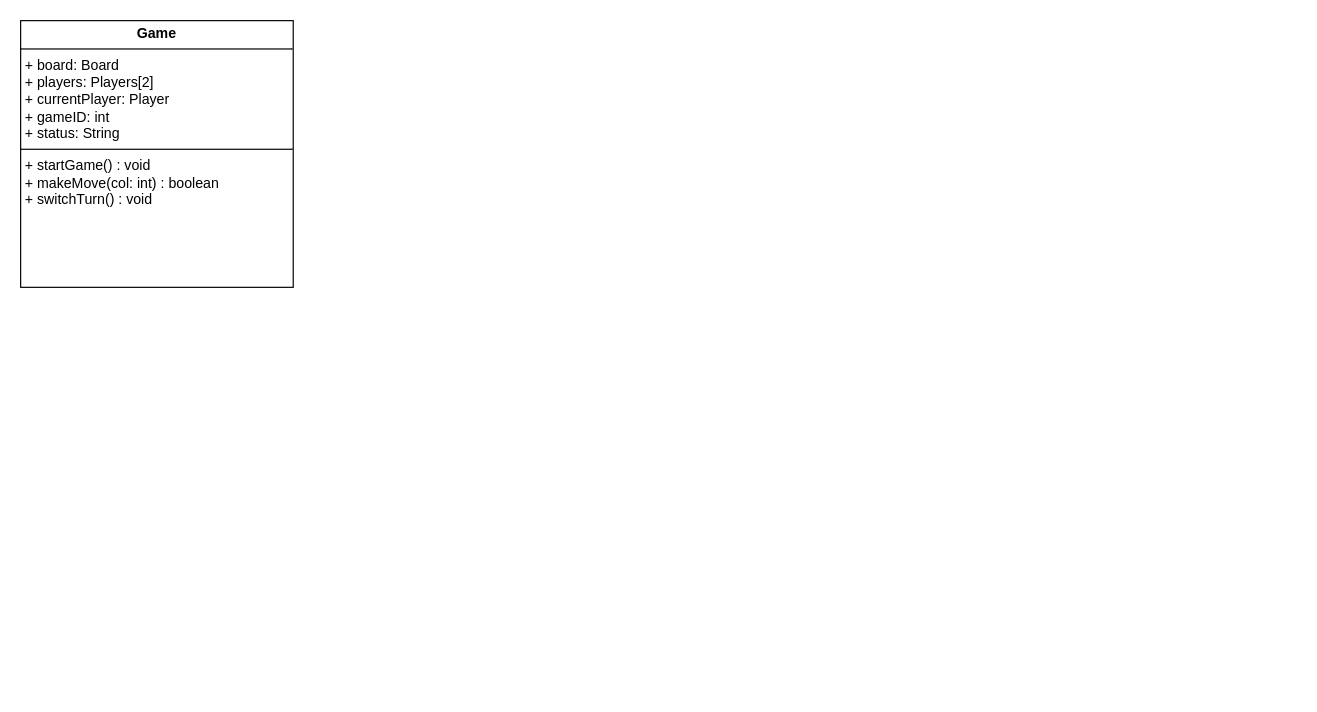
Earlier version of the draw.io diagram connect4_class_diagram.drawio (farshadislam/Socketed-Multigame-GUI). Source tidied: cells renumbered, new cells numbered last; positions are measured from the earlier drawing's top-left corner, leaving out a move shared by most shapes. Both pictures are drawn from the tidied source at 118%, with x=0, y=0 at pixel (20, 20).
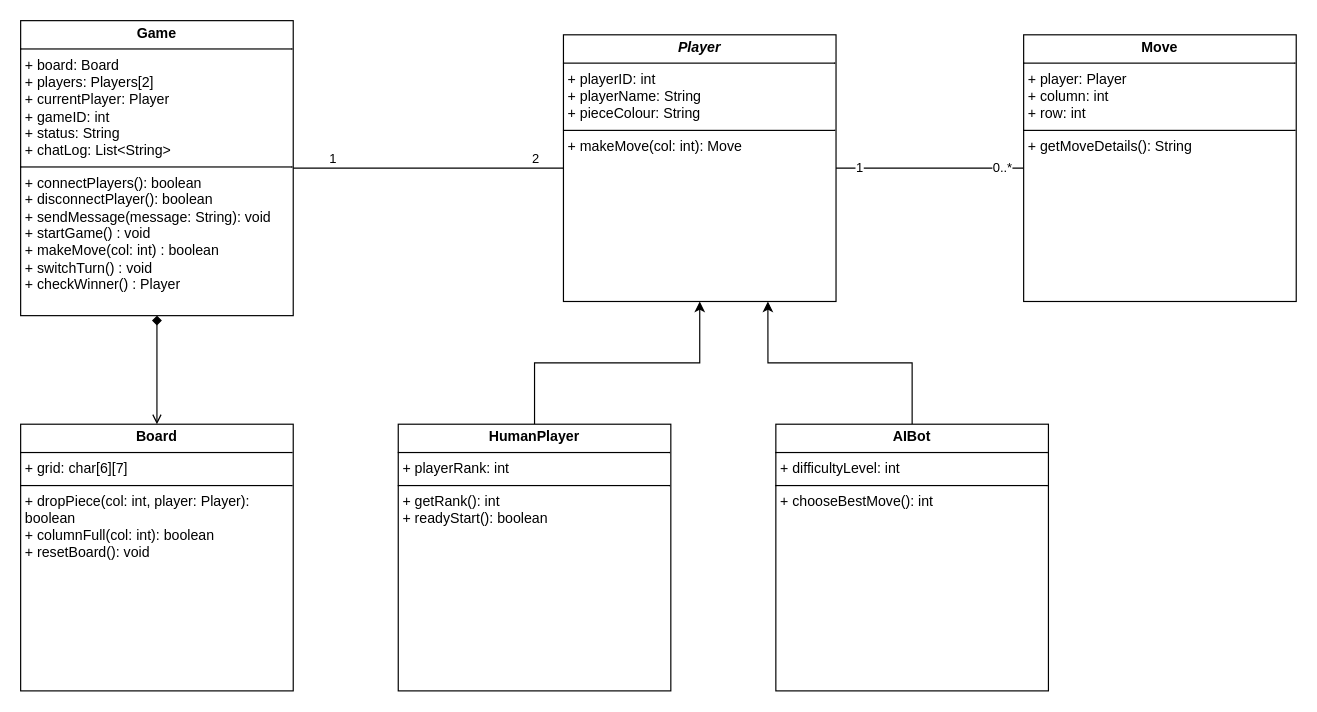
The same page after the edit.

Commit message:
Completed class diagram for connect four

Change to the diagram source:
```diff
@@
 <mxGraphModel>
   <root>
     <mxCell id="0" />
     <mxCell id="1" parent="0" />
+    <mxCell id="3" style="edgeStyle=orthogonalEdgeStyle;rounded=0;jettySize=auto;html=1;endArrow=open;endFill=0;startArrow=diamond;startFill=1;" parent="1" edge="1" source="2" target="8">
+      <mxGeometry relative="1" as="geometry" />
+    </mxCell>
-    <mxCell id="2" value="&lt;p style=&quot;margin:0px;margin-top:4px;text-align:center;&quot;&gt;&lt;b&gt;Game&lt;/b&gt;&lt;/p&gt;&lt;hr size=&quot;1&quot; style=&quot;border-style:solid;&quot;&gt;&lt;p style=&quot;margin:0px;margin-left:4px;&quot;&gt;&lt;span style=&quot;background-color: transparent; color: light-dark(rgb(0, 0, 0), rgb(255, 255, 255));&quot;&gt;+ board: Board&lt;/span&gt;&lt;/p&gt;&lt;p style=&quot;margin:0px;margin-left:4px;&quot;&gt;+ players: Players[2]&lt;/p&gt;&lt;p style=&quot;margin:0px;margin-left:4px;&quot;&gt;+ currentPlayer: Player&lt;br&gt;+ gameID: int&lt;br&gt;+ status: String&lt;/p&gt;&lt;hr size=&quot;1&quot; style=&quot;border-style:solid;&quot;&gt;&lt;p style=&quot;margin:0px;margin-left:4px;&quot;&gt;&lt;span style=&quot;background-color: transparent; color: light-dark(rgb(0, 0, 0), rgb(255, 255, 255));&quot;&gt;+ startGame() : void&lt;/span&gt;&lt;/p&gt;&lt;p style=&quot;margin:0px;margin-left:4px;&quot;&gt;&lt;span style=&quot;background-color: transparent; color: light-dark(rgb(0, 0, 0), rgb(255, 255, 255));&quot;&gt;+ makeMove(col: int) : boolean&lt;/span&gt;&lt;/p&gt;&lt;p style=&quot;margin:0px;margin-left:4px;&quot;&gt;&lt;span style=&quot;background-color: transparent; color: light-dark(rgb(0, 0, 0), rgb(255, 255, 255));&quot;&gt;+ switchTurn() : void&lt;/span&gt;&lt;/p&gt;&lt;div&gt;&lt;span style=&quot;background-color: transparent; color: light-dark(rgb(0, 0, 0), rgb(255, 255, 255));&quot;&gt;&lt;br&gt;&lt;/span&gt;&lt;/div&gt;" style="verticalAlign=top;align=left;overflow=fill;html=1;whiteSpace=wrap;" parent="1" vertex="1">
-      <mxGeometry width="231" height="226" as="geometry" />
+    <mxCell id="2" value="&lt;p style=&quot;margin:0px;margin-top:4px;text-align:center;&quot;&gt;&lt;b&gt;Game&lt;/b&gt;&lt;/p&gt;&lt;hr size=&quot;1&quot; style=&quot;border-style:solid;&quot;&gt;&lt;p style=&quot;margin:0px;margin-left:4px;&quot;&gt;&lt;span style=&quot;background-color: transparent; color: light-dark(rgb(0, 0, 0), rgb(255, 255, 255));&quot;&gt;+ board: Board&lt;/span&gt;&lt;/p&gt;&lt;p style=&quot;margin:0px;margin-left:4px;&quot;&gt;+ players: Players[2]&lt;/p&gt;&lt;p style=&quot;margin:0px;margin-left:4px;&quot;&gt;+ currentPlayer: Player&lt;br&gt;+ gameID: int&lt;br&gt;+ status: String&lt;/p&gt;&lt;p style=&quot;margin:0px;margin-left:4px;&quot;&gt;+ chatLog: List&amp;lt;String&amp;gt;&lt;/p&gt;&lt;hr size=&quot;1&quot; style=&quot;border-style:solid;&quot;&gt;&lt;p style=&quot;margin:0px;margin-left:4px;&quot;&gt;&lt;span style=&quot;background-color: transparent; color: light-dark(rgb(0, 0, 0), rgb(255, 255, 255));&quot;&gt;+ connectPlayers(): boolean&lt;/span&gt;&lt;/p&gt;&lt;p style=&quot;margin:0px;margin-left:4px;&quot;&gt;&lt;span style=&quot;background-color: transparent; color: light-dark(rgb(0, 0, 0), rgb(255, 255, 255));&quot;&gt;+ disconnectPlayer(): boolean&amp;nbsp;&lt;/span&gt;&lt;/p&gt;&lt;p style=&quot;margin:0px;margin-left:4px;&quot;&gt;+ sendMessage(message: String): void&lt;/p&gt;&lt;p style=&quot;margin:0px;margin-left:4px;&quot;&gt;&lt;span style=&quot;background-color: transparent; color: light-dark(rgb(0, 0, 0), rgb(255, 255, 255));&quot;&gt;+ startGame() : void&lt;/span&gt;&lt;/p&gt;&lt;p style=&quot;margin:0px;margin-left:4px;&quot;&gt;&lt;span style=&quot;background-color: transparent; color: light-dark(rgb(0, 0, 0), rgb(255, 255, 255));&quot;&gt;+ makeMove(col: int) : boolean&lt;/span&gt;&lt;/p&gt;&lt;p style=&quot;margin:0px;margin-left:4px;&quot;&gt;&lt;span style=&quot;background-color: transparent; color: light-dark(rgb(0, 0, 0), rgb(255, 255, 255));&quot;&gt;+ switchTurn() : void&lt;/span&gt;&lt;/p&gt;&lt;p style=&quot;margin:0px;margin-left:4px;&quot;&gt;&lt;span style=&quot;background-color: transparent; color: light-dark(rgb(0, 0, 0), rgb(255, 255, 255));&quot;&gt;+ checkWinner() : Player&lt;/span&gt;&lt;/p&gt;&lt;div&gt;&lt;span style=&quot;background-color: transparent; color: light-dark(rgb(0, 0, 0), rgb(255, 255, 255));&quot;&gt;&lt;br&gt;&lt;/span&gt;&lt;/div&gt;" style="verticalAlign=top;align=left;overflow=fill;html=1;whiteSpace=wrap;" parent="1" vertex="1">
+      <mxGeometry width="231" height="250" as="geometry" />
     </mxCell>
+    <mxCell id="4" style="edgeStyle=orthogonalEdgeStyle;rounded=0;jettySize=auto;html=1;entryX=0;entryY=0.5;entryDx=0;entryDy=0;endArrow=none;endFill=0;" parent="1" edge="1" source="7" target="9">
+      <mxGeometry relative="1" as="geometry" />
+    </mxCell>
+    <mxCell id="5" value="1" style="edgeLabel;html=1;align=center;verticalAlign=middle;" parent="4" vertex="1">
+      <mxGeometry x="-0.76" y="1" relative="1" as="geometry" />
+    </mxCell>
+    <mxCell id="6" value="0..*" style="edgeLabel;html=1;align=center;verticalAlign=middle;" parent="4" vertex="1">
+      <mxGeometry x="0.76" y="1" relative="1" as="geometry" />
+    </mxCell>
+    <mxCell id="7" value="&lt;p style=&quot;margin:0px;margin-top:4px;text-align:center;&quot;&gt;&lt;b&gt;&lt;i&gt;Player&lt;/i&gt;&lt;/b&gt;&lt;/p&gt;&lt;hr size=&quot;1&quot; style=&quot;border-style:solid;&quot;&gt;&lt;p style=&quot;margin:0px;margin-left:4px;&quot;&gt;&lt;span style=&quot;background-color: transparent; color: light-dark(rgb(0, 0, 0), rgb(255, 255, 255));&quot;&gt;+ playerID: int&lt;br&gt;&lt;/span&gt;&lt;/p&gt;&lt;p style=&quot;margin:0px;margin-left:4px;&quot;&gt;&lt;span style=&quot;background-color: transparent; color: light-dark(rgb(0, 0, 0), rgb(255, 255, 255));&quot;&gt;+ playerName: String&lt;/span&gt;&lt;/p&gt;&lt;p style=&quot;margin:0px;margin-left:4px;&quot;&gt;&lt;span style=&quot;background-color: transparent; color: light-dark(rgb(0, 0, 0), rgb(255, 255, 255));&quot;&gt;+ pieceColour: String&lt;/span&gt;&lt;/p&gt;&lt;hr size=&quot;1&quot; style=&quot;border-style:solid;&quot;&gt;&lt;p style=&quot;margin:0px;margin-left:4px;&quot;&gt;&lt;span style=&quot;background-color: transparent; color: light-dark(rgb(0, 0, 0), rgb(255, 255, 255));&quot;&gt;+ makeMove(col: int): Move&lt;/span&gt;&lt;/p&gt;&lt;div&gt;&lt;span style=&quot;background-color: transparent; color: light-dark(rgb(0, 0, 0), rgb(255, 255, 255));&quot;&gt;&lt;br&gt;&lt;/span&gt;&lt;/div&gt;" style="verticalAlign=top;align=left;overflow=fill;html=1;whiteSpace=wrap;" parent="1" vertex="1">
+      <mxGeometry x="460" y="12" width="231" height="226" as="geometry" />
+    </mxCell>
+    <mxCell id="8" value="&lt;p style=&quot;margin:0px;margin-top:4px;text-align:center;&quot;&gt;&lt;b&gt;Board&lt;/b&gt;&lt;/p&gt;&lt;hr size=&quot;1&quot; style=&quot;border-style:solid;&quot;&gt;&lt;p style=&quot;margin:0px;margin-left:4px;&quot;&gt;&lt;span style=&quot;background-color: transparent; color: light-dark(rgb(0, 0, 0), rgb(255, 255, 255));&quot;&gt;+ grid: char[6][7]&lt;br&gt;&lt;/span&gt;&lt;/p&gt;&lt;hr size=&quot;1&quot; style=&quot;border-style:solid;&quot;&gt;&lt;p style=&quot;margin:0px;margin-left:4px;&quot;&gt;&lt;span style=&quot;background-color: transparent; color: light-dark(rgb(0, 0, 0), rgb(255, 255, 255));&quot;&gt;+ dropPiece(col: int, player: Player): boolean&lt;/span&gt;&lt;/p&gt;&lt;p style=&quot;margin:0px;margin-left:4px;&quot;&gt;&lt;span style=&quot;background-color: transparent; color: light-dark(rgb(0, 0, 0), rgb(255, 255, 255));&quot;&gt;+ columnFull(col: int): boolean&lt;/span&gt;&lt;/p&gt;&lt;p style=&quot;margin:0px;margin-left:4px;&quot;&gt;&lt;span style=&quot;background-color: transparent; color: light-dark(rgb(0, 0, 0), rgb(255, 255, 255));&quot;&gt;+ resetBoard(): void&lt;/span&gt;&lt;/p&gt;&lt;div&gt;&lt;span style=&quot;background-color: transparent; color: light-dark(rgb(0, 0, 0), rgb(255, 255, 255));&quot;&gt;&lt;br&gt;&lt;/span&gt;&lt;/div&gt;" style="verticalAlign=top;align=left;overflow=fill;html=1;whiteSpace=wrap;" parent="1" vertex="1">
+      <mxGeometry y="342" width="231" height="226" as="geometry" />
+    </mxCell>
+    <mxCell id="9" value="&lt;p style=&quot;margin:0px;margin-top:4px;text-align:center;&quot;&gt;&lt;b&gt;Move&lt;/b&gt;&lt;/p&gt;&lt;hr size=&quot;1&quot; style=&quot;border-style:solid;&quot;&gt;&lt;p style=&quot;margin:0px;margin-left:4px;&quot;&gt;&lt;span style=&quot;background-color: transparent; color: light-dark(rgb(0, 0, 0), rgb(255, 255, 255));&quot;&gt;+ player: Player&lt;br&gt;&lt;/span&gt;&lt;/p&gt;&lt;p style=&quot;margin:0px;margin-left:4px;&quot;&gt;&lt;span style=&quot;background-color: transparent; color: light-dark(rgb(0, 0, 0), rgb(255, 255, 255));&quot;&gt;+ column: int&lt;/span&gt;&lt;/p&gt;&lt;p style=&quot;margin:0px;margin-left:4px;&quot;&gt;&lt;span style=&quot;background-color: transparent; color: light-dark(rgb(0, 0, 0), rgb(255, 255, 255));&quot;&gt;+ row: int&lt;/span&gt;&lt;/p&gt;&lt;hr size=&quot;1&quot; style=&quot;border-style:solid;&quot;&gt;&lt;p style=&quot;margin:0px;margin-left:4px;&quot;&gt;&lt;span style=&quot;background-color: transparent; color: light-dark(rgb(0, 0, 0), rgb(255, 255, 255));&quot;&gt;+ getMoveDetails(): String&lt;/span&gt;&lt;/p&gt;&lt;div&gt;&lt;span style=&quot;background-color: transparent; color: light-dark(rgb(0, 0, 0), rgb(255, 255, 255));&quot;&gt;&lt;br&gt;&lt;/span&gt;&lt;/div&gt;" style="verticalAlign=top;align=left;overflow=fill;html=1;whiteSpace=wrap;" parent="1" vertex="1">
+      <mxGeometry x="850" y="12" width="231" height="226" as="geometry" />
+    </mxCell>
+    <mxCell id="10" style="edgeStyle=orthogonalEdgeStyle;rounded=0;jettySize=auto;html=1;" parent="1" edge="1" source="11" target="7">
+      <mxGeometry relative="1" as="geometry" />
+    </mxCell>
+    <mxCell id="11" value="&lt;p style=&quot;margin:0px;margin-top:4px;text-align:center;&quot;&gt;&lt;b&gt;HumanPlayer&lt;/b&gt;&lt;/p&gt;&lt;hr size=&quot;1&quot; style=&quot;border-style:solid;&quot;&gt;&lt;p style=&quot;margin:0px;margin-left:4px;&quot;&gt;&lt;span style=&quot;background-color: transparent; color: light-dark(rgb(0, 0, 0), rgb(255, 255, 255));&quot;&gt;+ playerRank: int&lt;/span&gt;&lt;/p&gt;&lt;hr size=&quot;1&quot; style=&quot;border-style:solid;&quot;&gt;&lt;p style=&quot;margin:0px;margin-left:4px;&quot;&gt;&lt;span style=&quot;background-color: transparent; color: light-dark(rgb(0, 0, 0), rgb(255, 255, 255));&quot;&gt;+ getRank(): int&lt;/span&gt;&lt;/p&gt;&lt;p style=&quot;margin:0px;margin-left:4px;&quot;&gt;&lt;span style=&quot;background-color: transparent; color: light-dark(rgb(0, 0, 0), rgb(255, 255, 255));&quot;&gt;+ readyStart(): boolean&lt;/span&gt;&lt;/p&gt;" style="verticalAlign=top;align=left;overflow=fill;html=1;whiteSpace=wrap;" parent="1" vertex="1">
+      <mxGeometry x="320" y="342" width="231" height="226" as="geometry" />
+    </mxCell>
+    <mxCell id="12" style="edgeStyle=orthogonalEdgeStyle;rounded=0;jettySize=auto;html=1;entryX=0.75;entryY=1;entryDx=0;entryDy=0;" parent="1" edge="1" source="13" target="7">
+      <mxGeometry relative="1" as="geometry" />
+    </mxCell>
+    <mxCell id="13" value="&lt;p style=&quot;margin:0px;margin-top:4px;text-align:center;&quot;&gt;&lt;b&gt;AIBot&lt;/b&gt;&lt;/p&gt;&lt;hr size=&quot;1&quot; style=&quot;border-style:solid;&quot;&gt;&lt;p style=&quot;margin:0px;margin-left:4px;&quot;&gt;&lt;span style=&quot;background-color: transparent; color: light-dark(rgb(0, 0, 0), rgb(255, 255, 255));&quot;&gt;+ difficultyLevel: int&lt;/span&gt;&lt;/p&gt;&lt;hr size=&quot;1&quot; style=&quot;border-style:solid;&quot;&gt;&lt;p style=&quot;margin:0px;margin-left:4px;&quot;&gt;&lt;span style=&quot;background-color: transparent; color: light-dark(rgb(0, 0, 0), rgb(255, 255, 255));&quot;&gt;+ chooseBestMove(): int&lt;/span&gt;&lt;/p&gt;" style="verticalAlign=top;align=left;overflow=fill;html=1;whiteSpace=wrap;" parent="1" vertex="1">
+      <mxGeometry x="640" y="342" width="231" height="226" as="geometry" />
+    </mxCell>
+    <mxCell id="14" style="endArrow=none;html=1;edgeStyle=orthogonalEdgeStyle;rounded=0;entryX=0;entryY=0.5;entryDx=0;entryDy=0;exitX=1;exitY=0.5;exitDx=0;exitDy=0;" parent="1" edge="1" source="2" target="7">
+      <mxGeometry relative="1" as="geometry" />
+    </mxCell>
+    <mxCell id="15" value="1" style="edgeLabel;html=1;align=left;verticalAlign=bottom;" parent="14" vertex="1">
+      <mxGeometry x="-1" relative="1" as="geometry">
+        <mxPoint x="29" as="offset" />
+      </mxGeometry>
+    </mxCell>
+    <mxCell id="16" value="2" style="edgeLabel;html=1;align=right;verticalAlign=bottom;" parent="14" vertex="1">
+      <mxGeometry x="1" relative="1" as="geometry">
+        <mxPoint x="-20" as="offset" />
+      </mxGeometry>
+    </mxCell>
   </root>
 </mxGraphModel>
```
